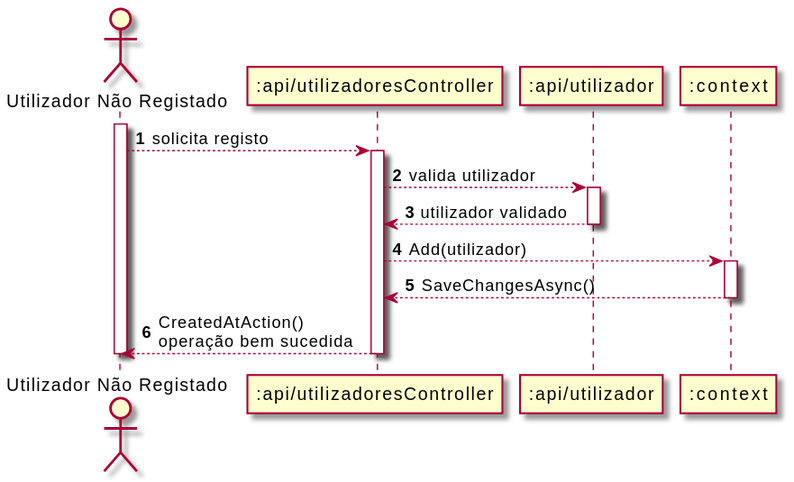
Before: Documentos/Sprint3/UC1/UC1_SD.svg, a diagram exported from PlantUML (UPskillDOTNET/Jakim-das-Coives-S.A.).
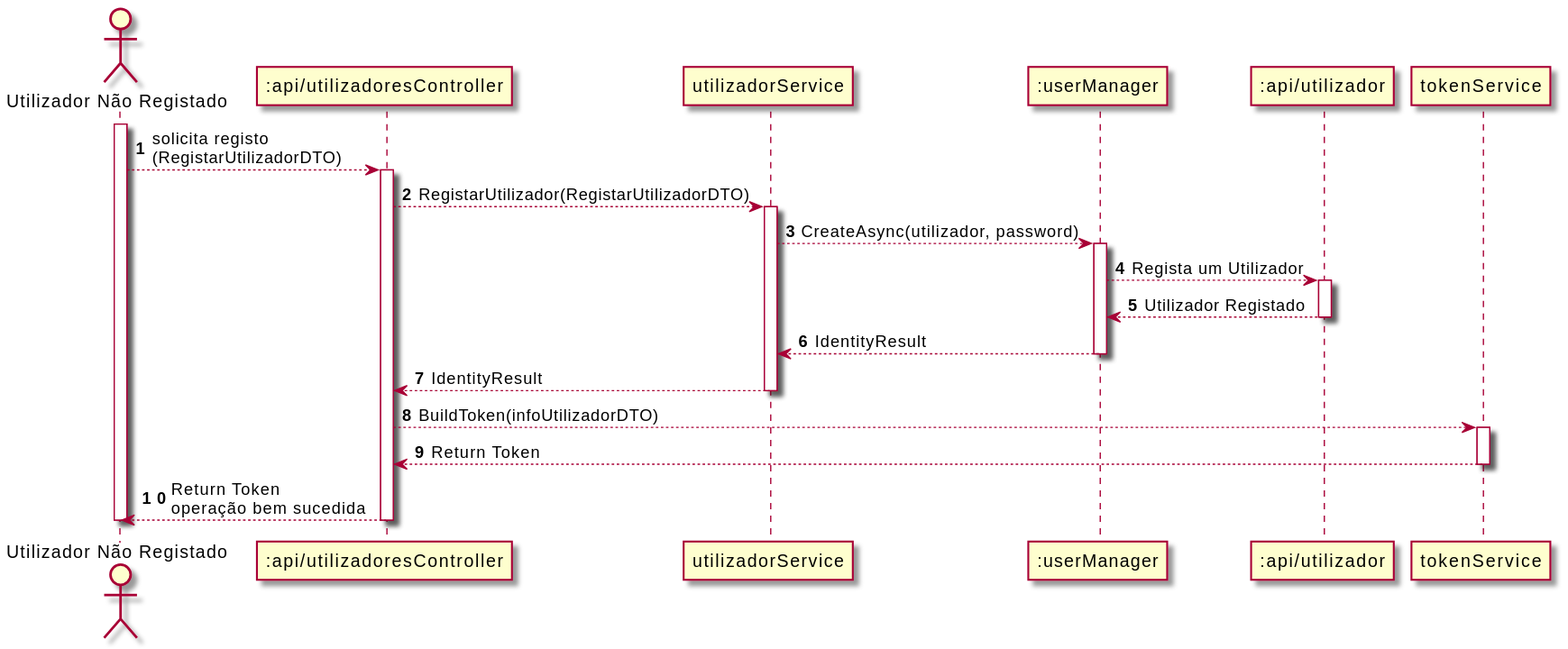
Above is the later version.

Diff of the diagram source:
```diff
@@ -2,26 +2,42 @@
 autonumber
 actor "Utilizador Não Registado" as UNR
 participant ":api/utilizadoresController" as UC
+participant "utilizadorService" as S
+participant ":userManager" as UM
 participant ":api/utilizador" as U
-participant ":context" as C
+participant "tokenService" as TS
+
 
 activate UNR
-UNR --> UC : solicita registo
+UNR --> UC : solicita registo\n(RegistarUtilizadorDTO)
 activate UC
 
-UC --> U : valida utilizador
+UC --> S : RegistarUtilizador(RegistarUtilizadorDTO)
+activate S
+
+S --> UM : CreateAsync(utilizador, password)
+activate UM
+
+UM --> U : Regista um Utilizador
 activate U
 
-U --> UC : utilizador validado
+U --> UM : Utilizador Registado
 deactivate U
 
-UC --> C : Add(utilizador)
-activate C
+UM --> S : IdentityResult
+deactivate UM
 
-C --> UC : SaveChangesAsync()
-deactivate C
+S --> UC : IdentityResult
+deactivate S
 
-UC --> UNR: CreatedAtAction()\noperação bem sucedida
+UC --> TS : BuildToken(infoUtilizadorDTO)
+activate TS
+
+TS --> UC : Return Token
+deactivate TS
+
+UC --> UNR : Return Token\noperação bem sucedida
+
 deactivate UC
 deactivate UNR
 @enduml
```
